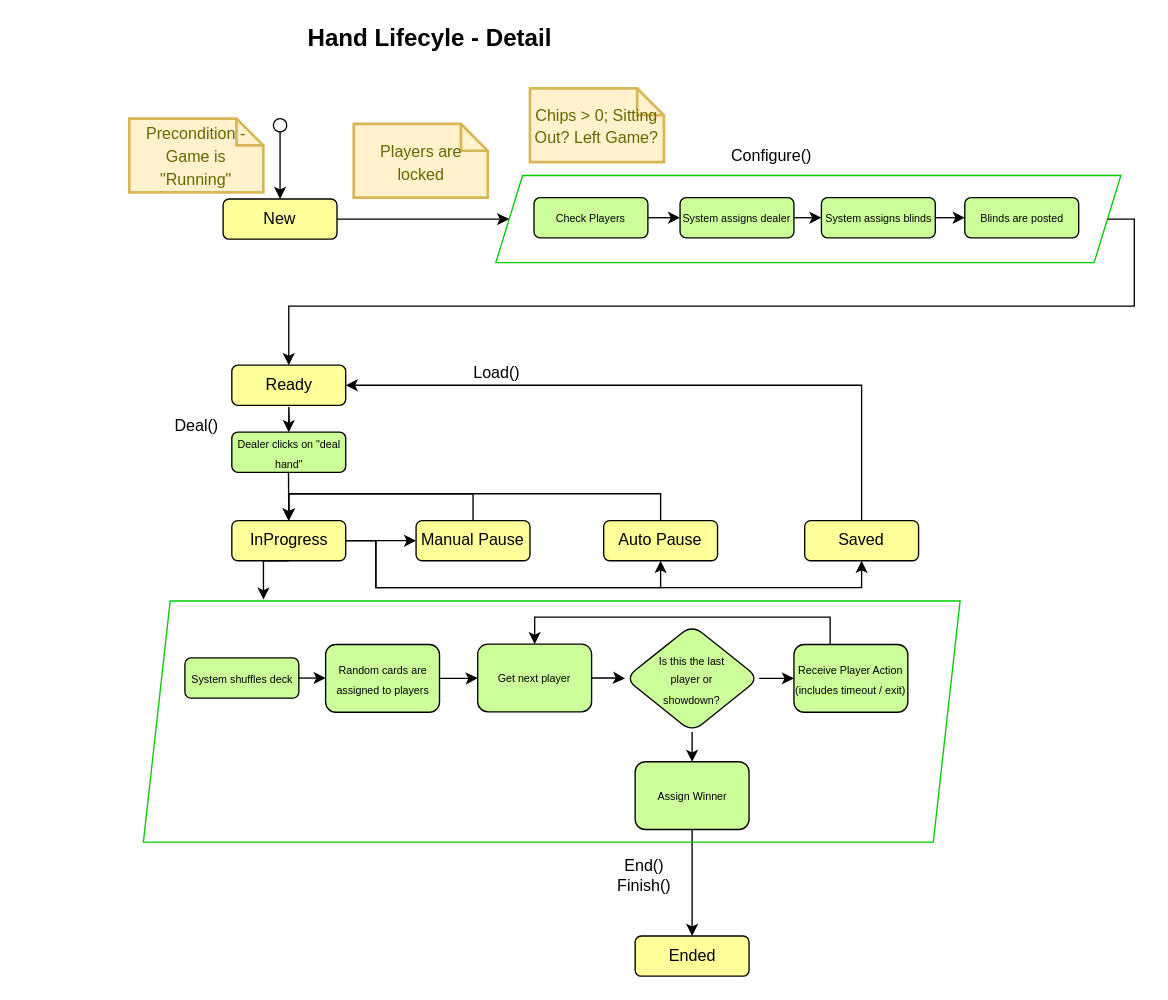
Above: page "Hand Lifecycle - Detail" (5 of 5) of diagrams/EntityLifcycle.drawio in moodaye/pokerIndia (draw.io), before the change. Source tidied: cells renumbered, new cells numbered last; positions are measured from the earlier drawing's top-left corner, leaving out a move shared by most shapes. Both pictures are drawn from the tidied source at 134%, with x=0, y=0 at pixel (129, 24).
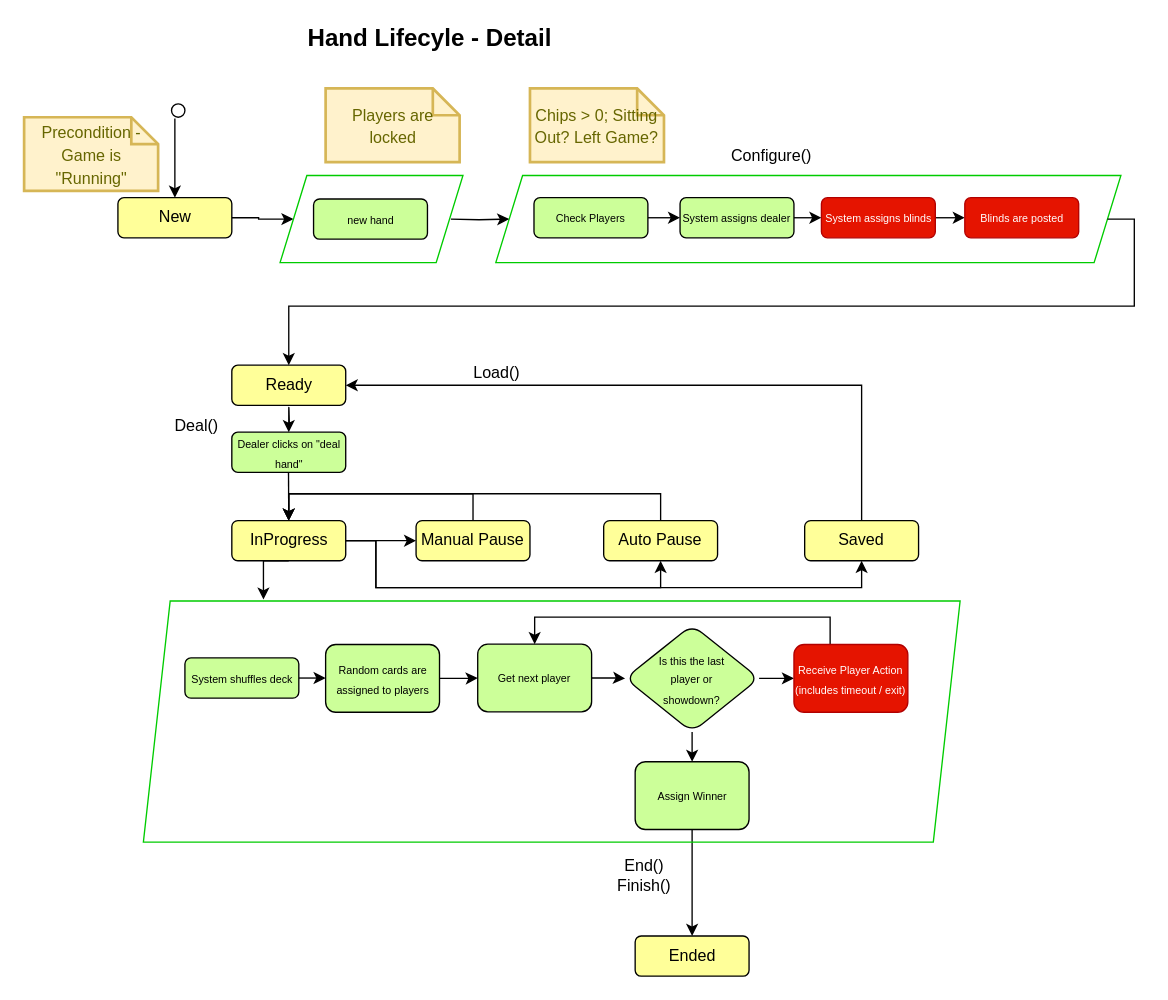
After the change.

Commit message:
hand details - interim

The change refers to these unchanged cells:
```xml
<mxCell id="2" style="shape=parallelogram;perimeter=parallelogramPerimeter;whiteSpace=wrap;html=1;fixedSize=1;fillColor=none;strokeColor=#00CC00;" parent="1" vertex="1">
  <mxGeometry x="273.5" y="112.5" width="466.5" height="65" as="geometry" />
</mxCell>
```

Diff of the diagram source:
```diff
@@
     <mxCell id="3" style="ellipse;whiteSpace=wrap;html=1;" parent="1" vertex="1">
-      <mxGeometry x="107.5" y="70" width="10" height="10" as="geometry" />
+      <mxGeometry x="31.5" y="59" width="10" height="10" as="geometry" />
     </mxCell>
@@
     <mxCell id="5" style="endArrow=classic;html=1;entryX=0.5;entryY=0;entryDx=0;entryDy=0;" parent="1" edge="1" target="7">
       <mxGeometry relative="1" as="geometry">
-        <mxPoint x="112.5" y="80" as="sourcePoint" />
+        <mxPoint x="34" y="70" as="sourcePoint" />
       </mxGeometry>
     </mxCell>
-    <mxCell id="6" style="edgeStyle=orthogonalEdgeStyle;rounded=0;jettySize=auto;html=1;exitX=1;exitY=0.5;exitDx=0;exitDy=0;entryX=0;entryY=0.5;entryDx=0;entryDy=0;" parent="1" edge="1" source="7" target="2">
+    <mxCell id="6" style="edgeStyle=orthogonalEdgeStyle;rounded=0;jettySize=auto;html=1;exitX=1;exitY=0.5;exitDx=0;exitDy=0;entryX=0;entryY=0.5;entryDx=0;entryDy=0;" parent="1" edge="1" source="7" target="53">
       <mxGeometry relative="1" as="geometry" />
     </mxCell>
     <mxCell id="7" value="New" style="rounded=1;whiteSpace=wrap;html=1;fillColor=#FFFF99;" parent="1" vertex="1">
-      <mxGeometry x="70" y="130" width="85" height="30" as="geometry" />
+      <mxGeometry x="-8.5" y="129" width="85" height="30" as="geometry" />
     </mxCell>
@@
-    <mxCell id="26" value="&lt;font style=&quot;font-size: 8px&quot;&gt;System assigns blinds&lt;/font&gt;" style="rounded=1;whiteSpace=wrap;html=1;fillColor=#CCFF99;" parent="1" vertex="1">
+    <mxCell id="26" value="&lt;font style=&quot;font-size: 8px&quot;&gt;System assigns blinds&lt;/font&gt;" style="rounded=1;whiteSpace=wrap;html=1;fillColor=#e51400;fontColor=#ffffff;strokeColor=#B20000;" parent="1" vertex="1">
       <mxGeometry x="516.5" y="129" width="85" height="30" as="geometry" />
     </mxCell>
@@
-    <mxCell id="28" value="&lt;font style=&quot;font-size: 8px&quot;&gt;Blinds are posted&lt;/font&gt;" style="rounded=1;whiteSpace=wrap;html=1;fillColor=#CCFF99;" parent="1" vertex="1">
+    <mxCell id="28" value="&lt;font style=&quot;font-size: 8px&quot;&gt;Blinds are posted&lt;/font&gt;" style="rounded=1;whiteSpace=wrap;html=1;fillColor=#e51400;fontColor=#ffffff;strokeColor=#B20000;" parent="1" vertex="1">
       <mxGeometry x="623.5" y="129" width="85" height="30" as="geometry" />
     </mxCell>
@@
     <mxCell id="34" value="&lt;font style=&quot;font-size: 12px&quot;&gt;Precondition - Game is &quot;Running&quot;&lt;/font&gt;" style="shape=note;strokeWidth=2;fontSize=14;size=20;whiteSpace=wrap;html=1;fillColor=#fff2cc;strokeColor=#d6b656;fontColor=#666600;" parent="1" vertex="1">
-      <mxGeometry y="70" width="100" height="55" as="geometry" />
+      <mxGeometry x="-78.5" y="69" width="100" height="55" as="geometry" />
     </mxCell>
     <mxCell id="35" value="&lt;font style=&quot;font-size: 12px&quot;&gt;Players are locked&lt;/font&gt;" style="shape=note;strokeWidth=2;fontSize=14;size=20;whiteSpace=wrap;html=1;fillColor=#fff2cc;strokeColor=#d6b656;fontColor=#666600;" parent="1" vertex="1">
-      <mxGeometry x="167.5" y="74" width="100" height="55" as="geometry" />
+      <mxGeometry x="146.5" y="47.5" width="100" height="55" as="geometry" />
     </mxCell>
@@
-    <mxCell id="52" value="&lt;font style=&quot;font-size: 8px&quot;&gt;Receive Player Action (includes timeout / exit)&lt;/font&gt;" style="rounded=1;whiteSpace=wrap;html=1;fillColor=#CCFF99;" parent="1" vertex="1">
+    <mxCell id="52" value="&lt;font style=&quot;font-size: 8px&quot;&gt;Receive Player Action (includes timeout / exit)&lt;/font&gt;" style="rounded=1;whiteSpace=wrap;html=1;fillColor=#e51400;fontColor=#ffffff;strokeColor=#B20000;" parent="1" vertex="1">
       <mxGeometry x="496" y="462.5" width="85" height="50.5" as="geometry" />
     </mxCell>
+    <mxCell id="53" style="shape=parallelogram;perimeter=parallelogramPerimeter;whiteSpace=wrap;html=1;fixedSize=1;fillColor=none;strokeColor=#00CC00;" parent="1" vertex="1">
+      <mxGeometry x="112.5" y="112.5" width="136.5" height="65" as="geometry" />
+    </mxCell>
+    <mxCell id="54" style="edgeStyle=orthogonalEdgeStyle;rounded=0;jettySize=auto;html=1;entryX=0;entryY=0.5;entryDx=0;entryDy=0;" parent="1" edge="1" target="2">
+      <mxGeometry relative="1" as="geometry">
+        <mxPoint x="240" y="145" as="sourcePoint" />
+      </mxGeometry>
+    </mxCell>
+    <mxCell id="55" value="&lt;font style=&quot;font-size: 8px&quot;&gt;new hand&lt;/font&gt;" style="rounded=1;whiteSpace=wrap;html=1;fillColor=#CCFF99;" parent="1" vertex="1">
+      <mxGeometry x="137.5" y="130" width="85" height="30" as="geometry" />
+    </mxCell>
```
